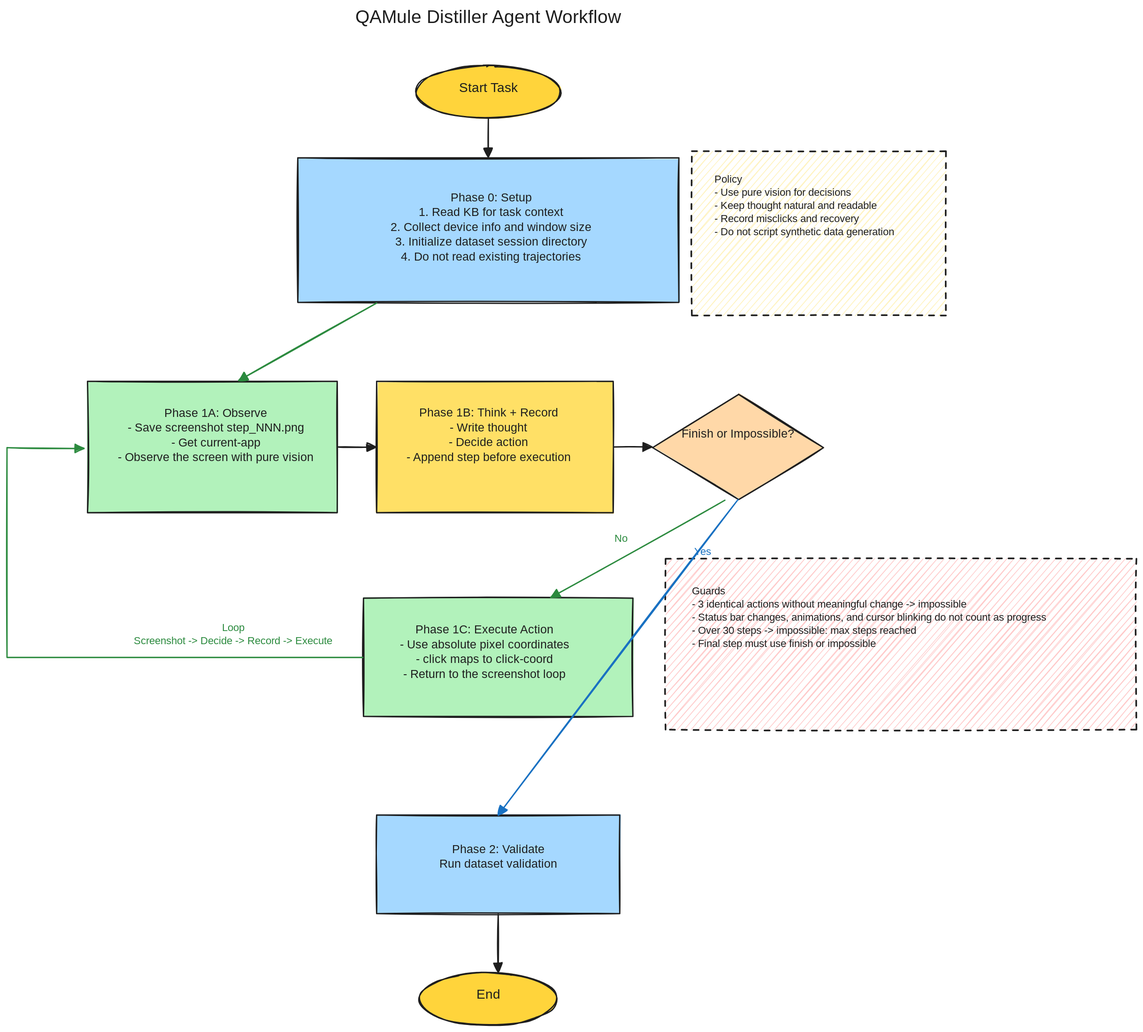
Above: distiller-agent-workflow-bilingual.excalidraw.svg in lanbaoshen/QAMule (Excalidraw), before the change. Source tidied: one line per element, renumbered; positions are measured from the earlier drawing's top-left corner, leaving out a move shared by most shapes. Source of this version:
```json
{"id": 0, "type": "text", "text": "QAMule Distiller Agent Workflow", "strokeColor": "#1e1e1e", "strokeWidth": 1, "roughness": 0, "fontSize": 28, "fontFamily": 5, "textAlign": "center", "verticalAlign": "middle", "x": 423, "y": 0, "width": 620, "height": 64}
{"id": 1, "type": "ellipse", "strokeColor": "#1e1e1e", "backgroundColor": "#ffd43b", "fillStyle": "solid", "strokeWidth": 2, "roughness": 1, "x": 623, "y": 90, "width": 220, "height": 80}
{"id": 2, "type": "text", "text": "Start Task", "strokeColor": "#1e1e1e", "strokeWidth": 1, "roughness": 0, "fontSize": 20, "fontFamily": 5, "textAlign": "center", "verticalAlign": "middle", "x": 665, "y": 112, "width": 136, "height": 40}
{"id": 3, "type": "rectangle", "strokeColor": "#1e1e1e", "backgroundColor": "#a5d8ff", "fillStyle": "solid", "strokeWidth": 2, "roughness": 1, "x": 443, "y": 230, "width": 580, "height": 220}
{"id": 4, "type": "text", "text": "Phase 0: Setup\n1. Read KB for task context\n2. Collect device info and window size\n3. Initialize dataset session directory\n4. Do not read existing trajectories", "strokeColor": "#1e1e1e", "strokeWidth": 1, "roughness": 0, "fontSize": 18, "fontFamily": 5, "textAlign": "center", "verticalAlign": "middle", "x": 569, "y": 280, "width": 335, "height": 112}
{"id": 5, "type": "rectangle", "strokeColor": "#1e1e1e", "backgroundColor": "#b2f2bb", "fillStyle": "solid", "strokeWidth": 2, "roughness": 1, "x": 123, "y": 570, "width": 380, "height": 200}
{"id": 6, "type": "text", "text": "Phase 1A: Observe\n- Save screenshot step_NNN.png\n- Get current-app\n- Observe the screen with pure vision", "strokeColor": "#1e1e1e", "strokeWidth": 1, "roughness": 0, "fontSize": 18, "fontFamily": 5, "textAlign": "center", "verticalAlign": "middle", "x": 155, "y": 608, "width": 326, "height": 90}
{"id": 7, "type": "rectangle", "strokeColor": "#1e1e1e", "backgroundColor": "#ffe066", "fillStyle": "solid", "strokeWidth": 2, "roughness": 1, "x": 563, "y": 570, "width": 360, "height": 200}
{"id": 8, "type": "text", "text": "Phase 1B: Think + Record\n- Write thought\n- Decide action\n- Append step before execution", "strokeColor": "#1e1e1e", "strokeWidth": 1, "roughness": 0, "fontSize": 18, "fontFamily": 5, "textAlign": "center", "verticalAlign": "middle", "x": 595, "y": 608, "width": 276, "height": 90}
{"id": 9, "type": "diamond", "strokeColor": "#1e1e1e", "backgroundColor": "#ffd8a8", "fillStyle": "solid", "strokeWidth": 2, "roughness": 1, "x": 983, "y": 590, "width": 260, "height": 160}
{"id": 10, "type": "text", "text": "Finish or Impossible?", "strokeColor": "#1e1e1e", "strokeWidth": 1, "roughness": 0, "fontSize": 18, "fontFamily": 5, "textAlign": "center", "verticalAlign": "middle", "x": 1025, "y": 640, "width": 176, "height": 60}
{"id": 11, "type": "rectangle", "strokeColor": "#1e1e1e", "backgroundColor": "#b2f2bb", "fillStyle": "solid", "strokeWidth": 2, "roughness": 1, "x": 543, "y": 900, "width": 410, "height": 180}
{"id": 12, "type": "text", "text": "Phase 1C: Execute Action\n- Use absolute pixel coordinates\n- click maps to click-coord\n- Return to the screenshot loop", "strokeColor": "#1e1e1e", "strokeWidth": 1, "roughness": 0, "fontSize": 18, "fontFamily": 5, "textAlign": "center", "verticalAlign": "middle", "x": 585, "y": 938, "width": 284, "height": 90}
{"id": 13, "type": "rectangle", "strokeColor": "#1e1e1e", "backgroundColor": "#a5d8ff", "fillStyle": "solid", "strokeWidth": 2, "roughness": 1, "x": 563, "y": 1230, "width": 370, "height": 150}
{"id": 14, "type": "text", "text": "Phase 2: Validate\nRun dataset validation", "strokeColor": "#1e1e1e", "strokeWidth": 1, "roughness": 0, "fontSize": 18, "fontFamily": 5, "textAlign": "center", "verticalAlign": "middle", "x": 609, "y": 1272, "width": 278, "height": 66}
{"id": 15, "type": "ellipse", "strokeColor": "#1e1e1e", "backgroundColor": "#ffd43b", "fillStyle": "solid", "strokeWidth": 2, "roughness": 1, "x": 628, "y": 1470, "width": 210, "height": 80}
{"id": 16, "type": "text", "text": "End", "strokeColor": "#1e1e1e", "strokeWidth": 1, "roughness": 0, "fontSize": 20, "fontFamily": 5, "textAlign": "center", "verticalAlign": "middle", "x": 687, "y": 1492, "width": 92, "height": 40}
{"id": 17, "type": "rectangle", "strokeColor": "#1e1e1e", "backgroundColor": "#fff3bf", "fillStyle": "hachure", "strokeWidth": 2, "strokeStyle": "dashed", "roughness": 1, "x": 1042, "y": 220, "width": 387, "height": 250}
{"id": 18, "type": "text", "text": "Policy\n- Use pure vision for decisions\n- Keep thought natural and readable\n- Record misclicks and recovery\n- Do not script synthetic data generation", "strokeColor": "#1e1e1e", "strokeWidth": 1, "roughness": 0, "fontSize": 16, "fontFamily": 5, "verticalAlign": "middle", "x": 1077, "y": 254, "width": 329, "height": 100}
{"id": 19, "type": "rectangle", "strokeColor": "#1e1e1e", "backgroundColor": "#ffc9c9", "fillStyle": "hachure", "strokeWidth": 2, "strokeStyle": "dashed", "roughness": 1, "x": 1002, "y": 840, "width": 717, "height": 260}
{"id": 20, "type": "text", "text": "Guards\n- 3 identical actions without meaningful change -> impossible\n- Status bar changes, animations, and cursor blinking do not count as progress\n- Over 30 steps -> impossible: max steps reached\n- Final step must use finish or impossible", "strokeColor": "#1e1e1e", "strokeWidth": 1, "roughness": 0, "fontSize": 16, "fontFamily": 5, "verticalAlign": "middle", "x": 1043, "y": 880, "width": 616, "height": 100}
{"id": 21, "type": "arrow", "strokeColor": "#1e1e1e", "strokeWidth": 2, "roughness": 1, "endArrowhead": "triangle", "x": 733, "y": 171, "width": 0, "height": 58, "points": [[0, 0], [0, 58]]}
{"id": 22, "type": "arrow", "strokeColor": "#2b8a3e", "strokeWidth": 2, "roughness": 1, "endArrowhead": "triangle", "x": 563, "y": 451, "width": 210, "height": 118, "points": [[0, 0], [-210, 118]]}
{"id": 23, "type": "arrow", "strokeColor": "#1e1e1e", "strokeWidth": 2, "roughness": 1, "endArrowhead": "triangle", "x": 504, "y": 670, "width": 58, "height": 0, "points": [[0, 0], [58, 0]]}
{"id": 24, "type": "arrow", "strokeColor": "#1e1e1e", "strokeWidth": 2, "roughness": 1, "endArrowhead": "triangle", "x": 924, "y": 670, "width": 58, "height": 0, "points": [[0, 0], [58, 0]]}
{"id": 25, "type": "arrow", "strokeColor": "#1971c2", "strokeWidth": 2, "roughness": 1, "endArrowhead": "triangle", "x": 1113, "y": 750, "width": 365, "height": 480, "points": [[0, 0], [-365, 480]]}
{"id": 26, "type": "text", "text": "Yes", "strokeColor": "#1971c2", "strokeWidth": 1, "roughness": 0, "fontSize": 16, "fontFamily": 5, "textAlign": "center", "verticalAlign": "middle", "x": 1013, "y": 820, "width": 92, "height": 40}
{"id": 27, "type": "arrow", "strokeColor": "#2b8a3e", "strokeWidth": 2, "roughness": 1, "endArrowhead": "triangle", "x": 1093, "y": 751, "width": 265, "height": 148, "points": [[0, 0], [-265, 148]]}
{"id": 28, "type": "text", "text": "No", "strokeColor": "#2b8a3e", "strokeWidth": 1, "roughness": 0, "fontSize": 16, "fontFamily": 5, "textAlign": "center", "verticalAlign": "middle", "x": 893, "y": 800, "width": 84, "height": 40}
{"id": 29, "type": "arrow", "strokeColor": "#2b8a3e", "strokeWidth": 2, "roughness": 1, "endArrowhead": "triangle", "from": 11, "to": 5, "x": 542, "y": 990, "width": 542, "height": 319, "points": [[0, 0], [-542, 0], [-542, -319], [-424, -318]]}
{"id": 30, "type": "text", "text": "Loop\nScreenshot -> Decide -> Record -> Execute", "strokeColor": "#2b8a3e", "strokeWidth": 1, "roughness": 0, "fontSize": 16, "fontFamily": 5, "textAlign": "center", "verticalAlign": "middle", "x": 174, "y": 936, "width": 340, "height": 40}
{"id": 31, "type": "arrow", "strokeColor": "#1e1e1e", "strokeWidth": 2, "roughness": 1, "endArrowhead": "triangle", "x": 748, "y": 1381, "width": 0, "height": 88, "points": [[0, 0], [0, 88]]}
```
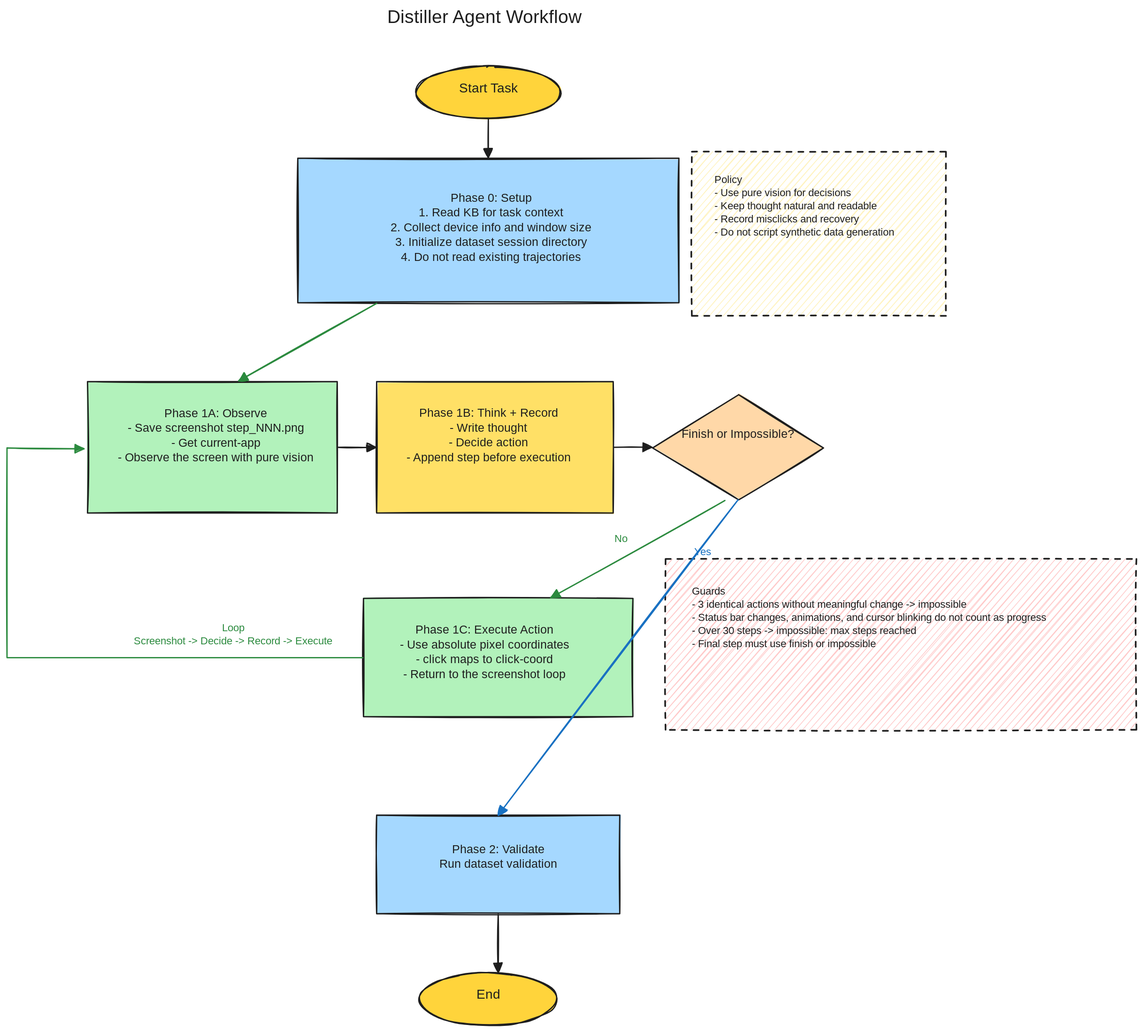
Later version of the same file.

Commit message:
fix: update agent names in SKILL.md for consistency and clarity

Change to the diagram source:
```diff
@@ -1,4 +1,4 @@
-{"id": 0, "type": "text", "text": "QAMule Distiller Agent Workflow", "strokeColor": "#1e1e1e", "strokeWidth": 1, "roughness": 0, "fontSize": 28, "fontFamily": 5, "textAlign": "center", "verticalAlign": "middle", "x": 423, "y": 0, "width": 620, "height": 64}
+{"id": 0, "type": "text", "text": "Distiller Agent Workflow", "strokeColor": "#1e1e1e", "strokeWidth": 1, "roughness": 0, "fontSize": 28, "fontFamily": 5, "textAlign": "center", "verticalAlign": "middle", "x": 563, "y": -1, "width": 328, "height": 35}
 {"id": 1, "type": "ellipse", "strokeColor": "#1e1e1e", "backgroundColor": "#ffd43b", "fillStyle": "solid", "strokeWidth": 2, "roughness": 1, "x": 623, "y": 90, "width": 220, "height": 80}
 {"id": 2, "type": "text", "text": "Start Task", "strokeColor": "#1e1e1e", "strokeWidth": 1, "roughness": 0, "fontSize": 20, "fontFamily": 5, "textAlign": "center", "verticalAlign": "middle", "x": 665, "y": 112, "width": 136, "height": 40}
 {"id": 3, "type": "rectangle", "strokeColor": "#1e1e1e", "backgroundColor": "#a5d8ff", "fillStyle": "solid", "strokeWidth": 2, "roughness": 1, "x": 443, "y": 230, "width": 580, "height": 220}
```
